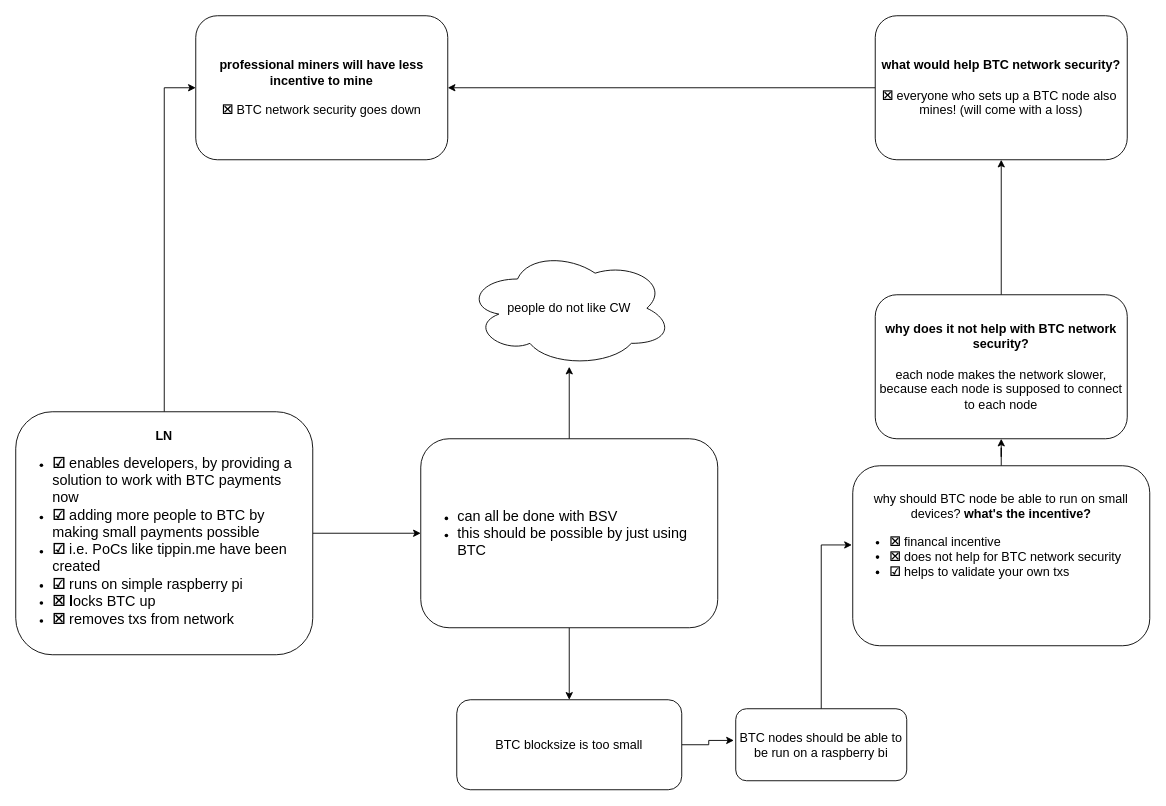
Earlier version of the draw.io diagram LN-BTC-procontra.drawio (escapedcat/drawio). Source tidied: cells renumbered, new cells numbered last; positions are measured from the earlier drawing's top-left corner, leaving out a move shared by most shapes. Both pictures are drawn from the tidied source at 90%, with x=0, y=0 at pixel (15, 15).
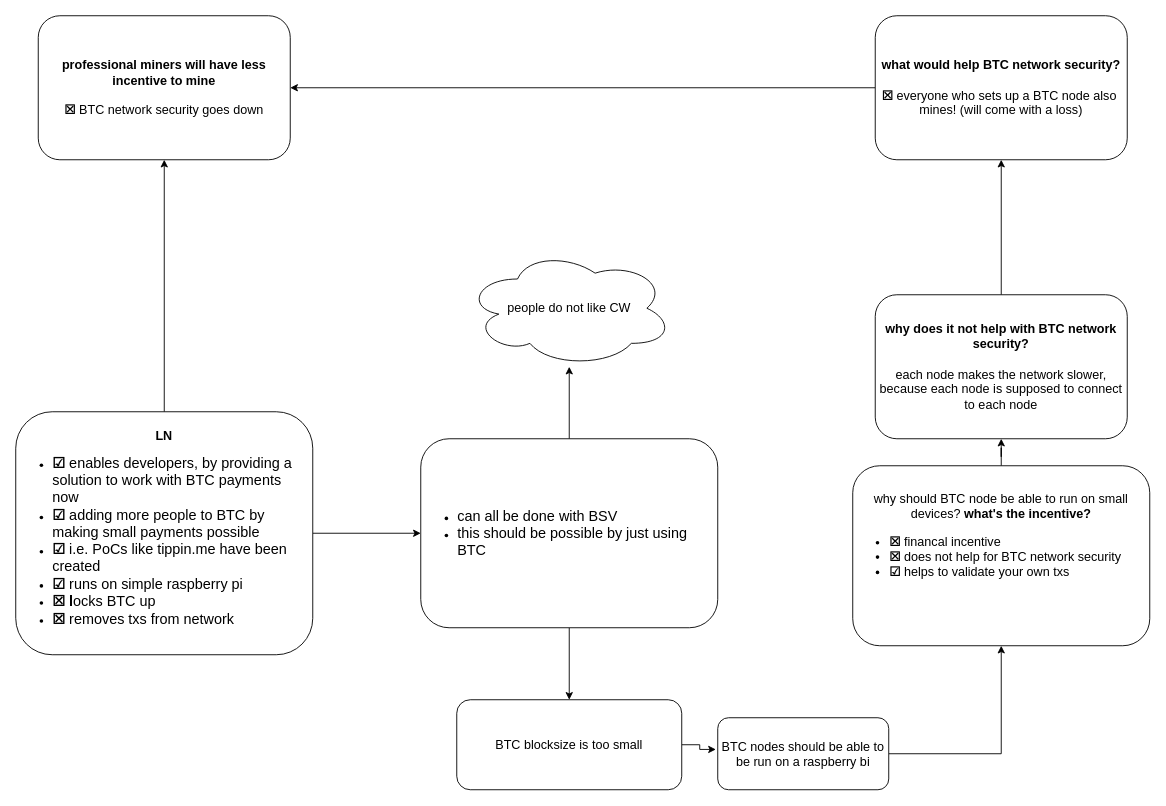
Above is the later version.

Change to the diagram source:
```diff
@@
 <mxGraphModel background="#ffffff">
   <root>
     <mxCell id="0" />
     <mxCell id="1" parent="0" />
     <mxCell id="2" style="edgeStyle=orthogonalEdgeStyle;rounded=0;jettySize=auto;html=1;entryX=0;entryY=0.5;entryDx=0;entryDy=0;" parent="1" edge="1" source="4" target="7">
       <mxGeometry relative="1" as="geometry" />
     </mxCell>
-    <mxCell id="3" style="edgeStyle=orthogonalEdgeStyle;rounded=0;jettySize=auto;html=1;entryX=0;entryY=0.5;entryDx=0;entryDy=0;" parent="1" edge="1" source="4" target="19">
+    <mxCell id="3" style="edgeStyle=orthogonalEdgeStyle;rounded=0;jettySize=auto;html=1;entryX=0.5;entryY=1;entryDx=0;entryDy=0;" parent="1" edge="1" source="4" target="19">
       <mxGeometry relative="1" as="geometry" />
     </mxCell>
     <mxCell id="4" value="&lt;div style=&quot;text-align: center&quot;&gt;&lt;span&gt;&lt;font style=&quot;font-size: 14px&quot;&gt;&lt;b&gt;LN&lt;/b&gt;&lt;/font&gt;&lt;/span&gt;&lt;/div&gt;&lt;div style=&quot;text-align: left&quot;&gt;&lt;ul&gt;&lt;li style=&quot;text-align: left&quot;&gt;&lt;font size=&quot;3&quot;&gt;&lt;b&gt;☑&amp;nbsp;&lt;/b&gt;enables developers, by providing a solution to work with BTC payments now&lt;/font&gt;&lt;/li&gt;&lt;li style=&quot;text-align: left&quot;&gt;&lt;font size=&quot;3&quot;&gt;&lt;b&gt;☑&amp;nbsp;&lt;/b&gt;adding more people to BTC by making small payments possible&lt;/font&gt;&lt;/li&gt;&lt;li style=&quot;text-align: left&quot;&gt;&lt;font size=&quot;3&quot;&gt;&lt;b&gt;☑&amp;nbsp;&lt;/b&gt;i.e. PoCs like tippin.me have been created&lt;/font&gt;&lt;/li&gt;&lt;li style=&quot;text-align: left&quot;&gt;&lt;font size=&quot;3&quot;&gt;&lt;b&gt;☑&amp;nbsp;&lt;/b&gt;runs on simple raspberry pi&lt;/font&gt;&lt;/li&gt;&lt;li style=&quot;text-align: left&quot;&gt;&lt;font size=&quot;3&quot;&gt;&lt;b&gt;☒ l&lt;/b&gt;ocks BTC up&lt;br&gt;&lt;/font&gt;&lt;/li&gt;&lt;li style=&quot;text-align: left&quot;&gt;&lt;font size=&quot;3&quot;&gt;&lt;b style=&quot;font-weight: bold&quot;&gt;☒ &lt;/b&gt;removes txs from network&lt;br&gt;&lt;/font&gt;&lt;/li&gt;&lt;/ul&gt;&lt;/div&gt;" style="rounded=1;whiteSpace=wrap;html=1;" parent="1" vertex="1">
       <mxGeometry y="440" width="330" height="270" as="geometry" />
     </mxCell>
     <mxCell id="5" style="edgeStyle=orthogonalEdgeStyle;rounded=0;jettySize=auto;html=1;" parent="1" edge="1" source="7" target="8">
       <mxGeometry relative="1" as="geometry" />
     </mxCell>
     <mxCell id="6" style="edgeStyle=orthogonalEdgeStyle;rounded=0;jettySize=auto;html=1;entryX=0.5;entryY=0;entryDx=0;entryDy=0;" parent="1" edge="1" source="7" target="10">
       <mxGeometry relative="1" as="geometry" />
     </mxCell>
     <mxCell id="7" value="&lt;div style=&quot;text-align: left&quot;&gt;&lt;ul&gt;&lt;li&gt;&lt;font size=&quot;3&quot;&gt;can all be done with BSV&lt;/font&gt;&lt;/li&gt;&lt;li&gt;&lt;font size=&quot;3&quot;&gt;this should be possible by just using BTC&lt;/font&gt;&lt;/li&gt;&lt;/ul&gt;&lt;/div&gt;" style="rounded=1;whiteSpace=wrap;html=1;" parent="1" vertex="1">
       <mxGeometry x="450" y="470" width="330" height="210" as="geometry" />
     </mxCell>
     <mxCell id="8" value="&lt;font style=&quot;font-size: 14px&quot;&gt;people do not like CW&lt;/font&gt;" style="ellipse;shape=cloud;whiteSpace=wrap;html=1;" parent="1" vertex="1">
       <mxGeometry x="500" y="260" width="230" height="130" as="geometry" />
     </mxCell>
     <mxCell id="9" style="edgeStyle=orthogonalEdgeStyle;rounded=0;jettySize=auto;html=1;entryX=-0.011;entryY=0.44;entryDx=0;entryDy=0;entryPerimeter=0;" parent="1" edge="1" source="10" target="12">
       <mxGeometry relative="1" as="geometry" />
     </mxCell>
     <mxCell id="10" value="&lt;font style=&quot;font-size: 14px&quot;&gt;BTC blocksize is too small&lt;/font&gt;" style="rounded=1;whiteSpace=wrap;html=1;" parent="1" vertex="1">
       <mxGeometry x="490" y="760" width="250" height="100" as="geometry" />
     </mxCell>
-    <mxCell id="11" style="edgeStyle=orthogonalEdgeStyle;rounded=0;jettySize=auto;html=1;entryX=-0.003;entryY=0.44;entryDx=0;entryDy=0;entryPerimeter=0;" parent="1" edge="1" source="12" target="14">
+    <mxCell id="11" style="edgeStyle=orthogonalEdgeStyle;rounded=0;jettySize=auto;html=1;entryX=0.5;entryY=1;entryDx=0;entryDy=0;exitX=1;exitY=0.5;exitDx=0;exitDy=0;" parent="1" edge="1" source="12" target="14">
       <mxGeometry relative="1" as="geometry" />
     </mxCell>
     <mxCell id="12" value="&lt;font style=&quot;font-size: 14px&quot;&gt;BTC nodes should be able to be run on a raspberry bi&lt;/font&gt;" style="rounded=1;whiteSpace=wrap;html=1;" parent="1" vertex="1">
-      <mxGeometry x="800" y="770" width="190" height="80" as="geometry" />
+      <mxGeometry x="780" y="780" width="190" height="80" as="geometry" />
     </mxCell>
     <mxCell id="13" style="edgeStyle=orthogonalEdgeStyle;rounded=0;jettySize=auto;html=1;" parent="1" edge="1" source="14" target="16">
       <mxGeometry relative="1" as="geometry" />
     </mxCell>
     <mxCell id="14" value="&lt;div style=&quot;text-align: center&quot;&gt;&lt;span style=&quot;font-size: 14px&quot;&gt;why should BTC node be able to run on small devices?&lt;/span&gt;&lt;b style=&quot;font-size: 14px&quot;&gt;&amp;nbsp;&lt;/b&gt;&lt;b&gt;&lt;div style=&quot;display: inline&quot;&gt;&lt;b&gt;&lt;font style=&quot;font-size: 14px&quot;&gt;what's the incentive?&lt;/font&gt;&lt;/b&gt;&lt;/div&gt;&lt;/b&gt;&lt;/div&gt;&lt;font style=&quot;font-size: 14px&quot;&gt;&lt;span&gt;&lt;div style=&quot;text-align: left&quot;&gt;&lt;ul&gt;&lt;li&gt;&lt;font style=&quot;font-size: 14px&quot;&gt;&lt;span&gt;&lt;div style=&quot;text-align: left&quot;&gt;&lt;span&gt;&lt;b&gt;&lt;span&gt;☒&lt;/span&gt;&lt;/b&gt;&lt;/span&gt;&lt;span&gt;&amp;nbsp;financal incentive&lt;/span&gt;&lt;/div&gt;&lt;/span&gt;&lt;/font&gt;&lt;/li&gt;&lt;li&gt;&lt;font style=&quot;font-size: 14px&quot;&gt;&lt;span&gt;&lt;div style=&quot;text-align: left&quot;&gt;&lt;span&gt;&lt;b&gt;☒&amp;nbsp;&lt;/b&gt;does not help for BTC network security&lt;/span&gt;&lt;/div&gt;&lt;/span&gt;&lt;/font&gt;&lt;/li&gt;&lt;li&gt;&lt;div style=&quot;text-align: left&quot;&gt;&lt;span&gt;&lt;b&gt;☑&lt;/b&gt; helps to validate your own txs&amp;nbsp;&lt;br&gt;&lt;/span&gt;&lt;/div&gt;&lt;/li&gt;&lt;/ul&gt;&lt;/div&gt;&lt;/span&gt;&lt;/font&gt;&lt;span&gt;&lt;b&gt;&lt;br&gt;&lt;/b&gt;&lt;/span&gt;&lt;span&gt;&lt;div&gt;&lt;b&gt;&lt;br&gt;&lt;/b&gt;&lt;/div&gt;&lt;/span&gt;" style="rounded=1;whiteSpace=wrap;html=1;" parent="1" vertex="1">
       <mxGeometry x="930" y="500" width="330" height="200" as="geometry" />
     </mxCell>
     <mxCell id="15" style="edgeStyle=orthogonalEdgeStyle;rounded=0;jettySize=auto;html=1;" parent="1" edge="1" source="16" target="18">
       <mxGeometry relative="1" as="geometry" />
     </mxCell>
     <mxCell id="16" value="&lt;font style=&quot;font-size: 14px&quot;&gt;&lt;b&gt;why does it not help with BTC network security?&lt;br&gt;&lt;/b&gt;&lt;br&gt;each node makes the network slower, because each node is supposed to connect to each node&lt;br&gt;&lt;/font&gt;" style="rounded=1;whiteSpace=wrap;html=1;" parent="1" vertex="1">
       <mxGeometry x="955" y="310" width="280" height="160" as="geometry" />
     </mxCell>
     <mxCell id="17" style="edgeStyle=orthogonalEdgeStyle;rounded=0;jettySize=auto;html=1;" parent="1" edge="1" source="18" target="19">
       <mxGeometry relative="1" as="geometry" />
     </mxCell>
     <mxCell id="18" value="&lt;font style=&quot;font-size: 14px&quot;&gt;&lt;b&gt;what would help BTC network security?&lt;br&gt;&lt;/b&gt;&lt;br&gt;&lt;b&gt;☒&amp;nbsp;&lt;/b&gt;everyone who sets up a BTC node also&amp;nbsp; mines! (will come with a loss)&lt;br&gt;&lt;/font&gt;" style="rounded=1;whiteSpace=wrap;html=1;" parent="1" vertex="1">
       <mxGeometry x="955" width="280" height="160" as="geometry" />
     </mxCell>
     <mxCell id="19" value="&lt;font style=&quot;font-size: 14px&quot;&gt;&lt;b&gt;professional miners will have less incentive to mine&lt;/b&gt;&lt;br&gt;&lt;br&gt;&lt;b&gt;☒&amp;nbsp;&lt;/b&gt;BTC network security goes down&lt;br&gt;&lt;/font&gt;" style="rounded=1;whiteSpace=wrap;html=1;" parent="1" vertex="1">
-      <mxGeometry x="200" width="280" height="160" as="geometry" />
+      <mxGeometry x="25" width="280" height="160" as="geometry" />
     </mxCell>
   </root>
 </mxGraphModel>
```
